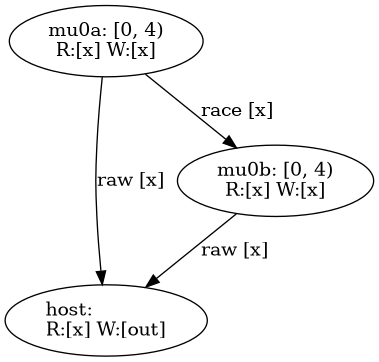
Before: out/parallel_carry.png, a diagram exported from Graphviz (Servyi-Agent/pypto-symir). Its source is kept beside it as out/parallel_carry.dot.
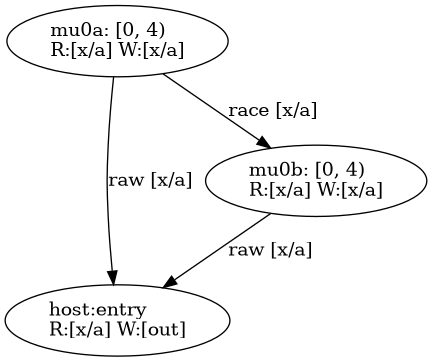
Above is the later version.

Diff of the diagram source:
```diff
@@ -1,8 +1,8 @@
 digraph {
-    0 [ label = "host:\lR:[x] W:[out]" ]
-    1 [ label = "mu0a: [0, 4)\lR:[x] W:[x]" ]
-    2 [ label = "mu0b: [0, 4)\lR:[x] W:[x]" ]
-    1 -> 2 [ label = "race [x]" ]
-    1 -> 0 [ label = "raw [x]" ]
-    2 -> 0 [ label = "raw [x]" ]
+    0 [ label = "host:entry\lR:[x/a] W:[out]" ]
+    1 [ label = "mu0a: [0, 4)\lR:[x/a] W:[x/a]" ]
+    2 [ label = "mu0b: [0, 4)\lR:[x/a] W:[x/a]" ]
+    1 -> 2 [ label = "race [x/a]" ]
+    1 -> 0 [ label = "raw [x/a]" ]
+    2 -> 0 [ label = "raw [x/a]" ]
 }
```
